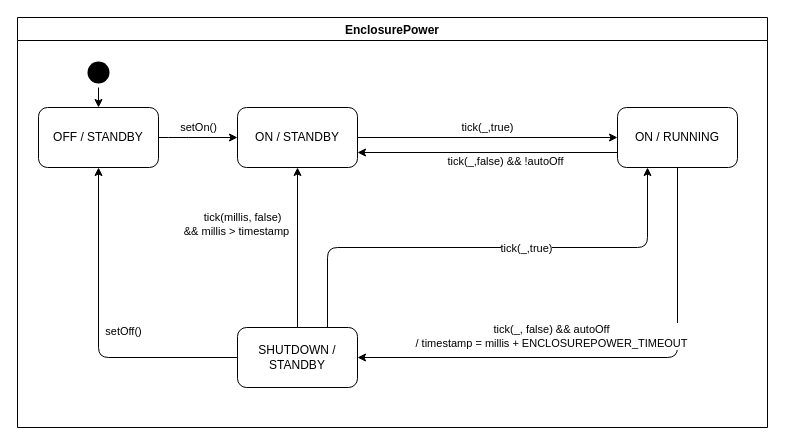
Above: diagrams/EnclosurePower.drawio in twihno/3dprintcontroller (draw.io), before the change. Source tidied: cells renumbered, new cells numbered last; positions are measured from the earlier drawing's top-left corner, leaving out a move shared by most shapes. Both pictures are drawn from the tidied source at 100%, with x=0, y=0 at pixel (17, 17).
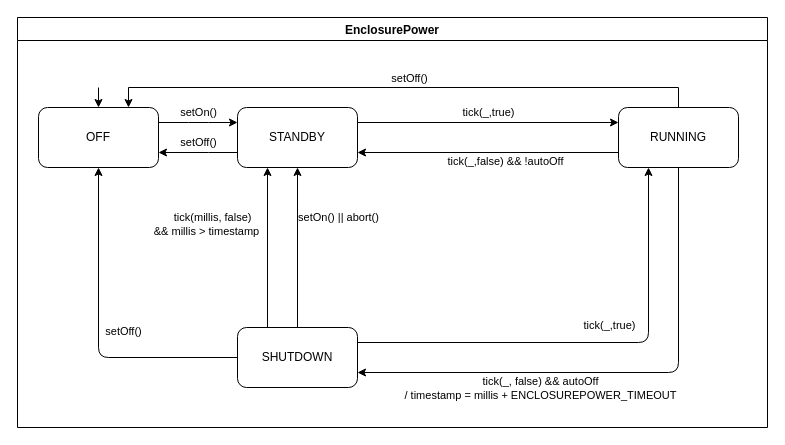
After the change.

Unchanged cells that the change refers to:
```xml
<mxCell id="2" value="EnclosurePower" style="swimlane;" parent="1" vertex="1">
  <mxGeometry width="750" height="410" as="geometry" />
</mxCell>
```

Change to the diagram source:
```diff
@@
-    <mxCell id="3" value="setOn()" style="edgeStyle=orthogonalEdgeStyle;rounded=1;jettySize=auto;html=1;exitX=1;exitY=0.5;exitDx=0;exitDy=0;entryX=0;entryY=0.5;entryDx=0;entryDy=0;spacingTop=0;spacingBottom=20;" parent="2" edge="1" source="4" target="6">
+    <mxCell id="3" value="setOn()" style="edgeStyle=orthogonalEdgeStyle;rounded=1;jettySize=auto;html=1;exitX=1;exitY=0.25;exitDx=0;exitDy=0;entryX=0;entryY=0.25;entryDx=0;entryDy=0;spacingTop=0;spacingBottom=20;" parent="2" edge="1" source="4" target="6">
       <mxGeometry relative="1" as="geometry">
         <Array as="points">
-          <mxPoint x="161" y="120" />
-          <mxPoint x="161" y="120" />
+          <mxPoint x="181" y="105" />
+          <mxPoint x="181" y="105" />
         </Array>
       </mxGeometry>
     </mxCell>
-    <mxCell id="4" value="OFF / STANDBY" style="rounded=1;whiteSpace=wrap;html=1;" parent="2" vertex="1">
+    <mxCell id="4" value="OFF" style="rounded=1;whiteSpace=wrap;html=1;" parent="2" vertex="1">
       <mxGeometry x="21" y="90" width="120" height="60" as="geometry" />
     </mxCell>
-    <mxCell id="5" value="tick(_,true)" style="edgeStyle=orthogonalEdgeStyle;rounded=1;jettySize=auto;html=1;exitX=1;exitY=0.5;exitDx=0;exitDy=0;entryX=0;entryY=0.5;entryDx=0;entryDy=0;spacingBottom=20;" parent="2" edge="1" source="6" target="17">
+    <mxCell id="5" value="tick(_,true)" style="edgeStyle=orthogonalEdgeStyle;rounded=1;jettySize=auto;html=1;exitX=1;exitY=0.25;exitDx=0;exitDy=0;entryX=0;entryY=0.25;entryDx=0;entryDy=0;spacingBottom=20;" parent="2" edge="1" source="6" target="17">
       <mxGeometry relative="1" as="geometry" />
     </mxCell>
-    <mxCell id="6" value="ON / STANDBY" style="rounded=1;whiteSpace=wrap;html=1;" parent="2" vertex="1">
+    <mxCell id="6" value="STANDBY" style="rounded=1;whiteSpace=wrap;html=1;" parent="2" vertex="1">
       <mxGeometry x="220" y="90" width="120" height="60" as="geometry" />
     </mxCell>
-    <mxCell id="7" style="edgeStyle=orthogonalEdgeStyle;rounded=1;jettySize=auto;html=1;exitX=0.5;exitY=0;exitDx=0;exitDy=0;entryX=0.5;entryY=1;entryDx=0;entryDy=0;" parent="2" edge="1" source="12" target="6">
+    <mxCell id="7" style="edgeStyle=orthogonalEdgeStyle;rounded=1;jettySize=auto;html=1;exitX=0.25;exitY=0;exitDx=0;exitDy=0;entryX=0.25;entryY=1;entryDx=0;entryDy=0;" parent="2" edge="1" source="12" target="6">
       <mxGeometry relative="1" as="geometry" />
     </mxCell>
@@
-    <mxCell id="10" style="edgeStyle=orthogonalEdgeStyle;jettySize=auto;html=1;exitX=0.75;exitY=0;exitDx=0;exitDy=0;entryX=0.25;entryY=1;entryDx=0;entryDy=0;rounded=1;" parent="2" edge="1" source="12" target="17">
+    <mxCell id="10" style="edgeStyle=orthogonalEdgeStyle;jettySize=auto;html=1;exitX=1;exitY=0.25;exitDx=0;exitDy=0;entryX=0.25;entryY=1;entryDx=0;entryDy=0;rounded=1;" parent="2" edge="1" source="12" target="17">
       <mxGeometry relative="1" as="geometry" />
     </mxCell>
     <mxCell id="11" value="tick(_,true)" style="edgeLabel;html=1;align=center;verticalAlign=middle;" parent="10" vertex="1">
-      <mxGeometry x="0.16" relative="1" as="geometry" />
+      <mxGeometry x="0.16" relative="1" as="geometry">
+        <mxPoint x="-19" y="-18" as="offset" />
+      </mxGeometry>
     </mxCell>
+    <mxCell id="20" value="setOn() || abort()" style="edgeStyle=orthogonalEdgeStyle;rounded=0;jettySize=auto;html=1;exitX=0.5;exitY=0;exitDx=0;exitDy=0;entryX=0.5;entryY=1;entryDx=0;entryDy=0;" parent="2" edge="1" source="12" target="6">
+      <mxGeometry x="0.38" y="-41" relative="1" as="geometry" />
+    </mxCell>
-    <mxCell id="12" value="SHUTDOWN / STANDBY" style="rounded=1;whiteSpace=wrap;html=1;" parent="2" vertex="1">
+    <mxCell id="12" value="SHUTDOWN" style="rounded=1;whiteSpace=wrap;html=1;" parent="2" vertex="1">
       <mxGeometry x="220" y="310" width="120" height="60" as="geometry" />
     </mxCell>
-    <mxCell id="13" style="edgeStyle=orthogonalEdgeStyle;rounded=1;jettySize=auto;html=1;exitX=0.5;exitY=1;exitDx=0;exitDy=0;entryX=1;entryY=0.5;entryDx=0;entryDy=0;" parent="2" edge="1" source="17" target="12">
+    <mxCell id="13" style="edgeStyle=orthogonalEdgeStyle;rounded=1;jettySize=auto;html=1;exitX=0.5;exitY=1;exitDx=0;exitDy=0;entryX=1;entryY=0.75;entryDx=0;entryDy=0;" parent="2" edge="1" source="17" target="12">
       <mxGeometry relative="1" as="geometry" />
     </mxCell>
     <mxCell id="14" value="&lt;div&gt;&lt;span class=&quot;pl-smi&quot;&gt;tick(_, false) &amp;amp;&amp;amp; autoOff &lt;br&gt;&lt;/span&gt;&lt;/div&gt;&lt;div&gt;&lt;span class=&quot;pl-smi&quot;&gt;/ timestamp&lt;/span&gt; = millis + ENCLOSUREPOWER_TIMEOUT&lt;/div&gt;" style="edgeLabel;html=1;align=center;verticalAlign=middle;" parent="13" vertex="1">
       <mxGeometry x="-0.25" relative="1" as="geometry">
-        <mxPoint x="-126" y="-22" as="offset" />
+        <mxPoint x="-139" y="23" as="offset" />
       </mxGeometry>
     </mxCell>
@@
+    <mxCell id="21" style="edgeStyle=orthogonalEdgeStyle;rounded=0;jettySize=auto;html=1;exitX=0.5;exitY=0;exitDx=0;exitDy=0;entryX=0.75;entryY=0;entryDx=0;entryDy=0;" parent="2" edge="1" source="17" target="4">
+      <mxGeometry relative="1" as="geometry" />
+    </mxCell>
+    <mxCell id="22" value="setOff()" style="edgeLabel;html=1;align=center;verticalAlign=middle;" parent="21" vertex="1">
+      <mxGeometry x="-0.06" y="-2" relative="1" as="geometry">
+        <mxPoint x="-13" y="-8" as="offset" />
+      </mxGeometry>
+    </mxCell>
-    <mxCell id="17" value="ON / RUNNING" style="rounded=1;whiteSpace=wrap;html=1;" parent="2" vertex="1">
-      <mxGeometry x="600" y="90" width="120" height="60" as="geometry" />
+    <mxCell id="17" value="RUNNING" style="rounded=1;whiteSpace=wrap;html=1;" parent="2" vertex="1">
+      <mxGeometry x="601" y="90" width="120" height="60" as="geometry" />
     </mxCell>
-    <mxCell id="18" style="edgeStyle=orthogonalEdgeStyle;rounded=0;jettySize=auto;html=1;exitX=0.5;exitY=1;exitDx=0;exitDy=0;entryX=0.5;entryY=0;entryDx=0;entryDy=0;" parent="2" edge="1" source="19" target="4">
-      <mxGeometry relative="1" as="geometry" />
-    </mxCell>
-    <mxCell id="19" style="ellipse;html=1;shape=startState;fillColor=#000000;strokeColor=none;" parent="2" vertex="1">
-      <mxGeometry x="66" y="40" width="30" height="30" as="geometry" />
-    </mxCell>
+    <mxCell id="23" style="edgeStyle=orthogonalEdgeStyle;rounded=0;jettySize=auto;html=1;exitX=0.5;exitY=1;exitDx=0;exitDy=0;entryX=0.5;entryY=0;entryDx=0;entryDy=0;" parent="2" edge="1" target="4">
+      <mxGeometry relative="1" as="geometry">
+        <mxPoint x="81" y="70" as="sourcePoint" />
+      </mxGeometry>
+    </mxCell>
+    <mxCell id="24" value="setOff()" style="edgeStyle=orthogonalEdgeStyle;rounded=0;jettySize=auto;html=1;exitX=0;exitY=0.75;exitDx=0;exitDy=0;entryX=1;entryY=0.75;entryDx=0;entryDy=0;spacing=0;spacingBottom=-10;" parent="2" edge="1" source="6" target="4">
+      <mxGeometry x="-0.01" y="-15" relative="1" as="geometry">
+        <Array as="points">
+          <mxPoint x="191" y="135" />
+          <mxPoint x="191" y="135" />
+        </Array>
+      </mxGeometry>
+    </mxCell>
```
